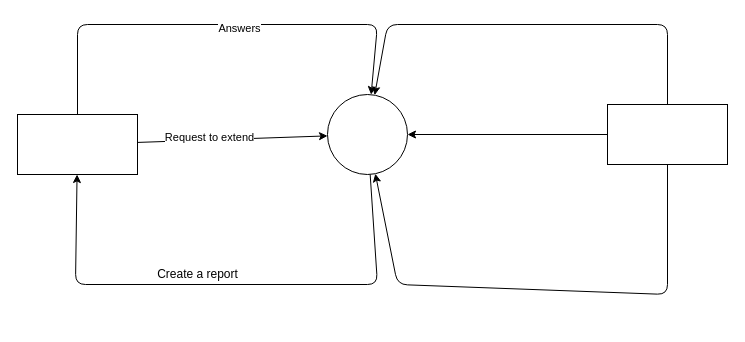
Before: Untitled Diagram.drawio in KarandeepSinghCoder/activity, a draw.io diagram. Source tidied: cells renumbered, new cells numbered last; positions are measured from the earlier drawing's top-left corner, leaving out a move shared by most shapes. Both pictures are drawn from the tidied source at 100%, with x=0, y=0 at pixel (17, 24).
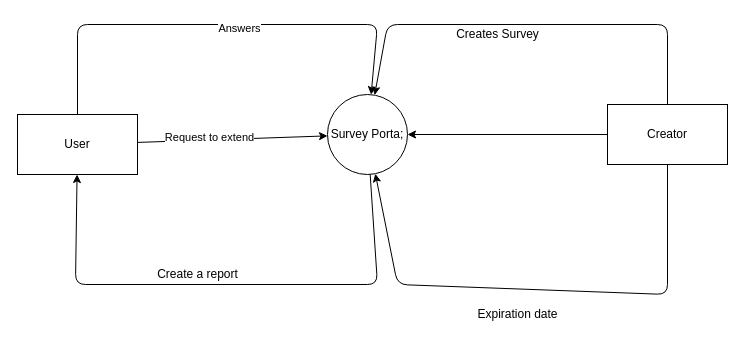
The same diagram, later.

What changed in the source:
```diff
@@
-    <mxCell id="2" style="rounded=0;whiteSpace=wrap;html=1;" parent="1" vertex="1">
+    <mxCell id="2" value="User" style="rounded=0;whiteSpace=wrap;html=1;" parent="1" vertex="1">
       <mxGeometry y="90" width="120" height="60" as="geometry" />
     </mxCell>
-    <mxCell id="3" style="ellipse;whiteSpace=wrap;html=1;" parent="1" vertex="1">
+    <mxCell id="3" value="Survey Porta;" style="ellipse;whiteSpace=wrap;html=1;" parent="1" vertex="1">
       <mxGeometry x="310" y="70" width="80" height="80" as="geometry" />
     </mxCell>
-    <mxCell id="4" style="rounded=0;whiteSpace=wrap;html=1;" parent="1" vertex="1">
+    <mxCell id="4" value="Creator" style="rounded=0;whiteSpace=wrap;html=1;" parent="1" vertex="1">
       <mxGeometry x="590" y="80" width="120" height="60" as="geometry" />
     </mxCell>
@@
+    <mxCell id="14" value="Creates Survey" style="text;html=1;align=center;verticalAlign=middle;strokeColor=none;" parent="1" vertex="1">
+      <mxGeometry x="430" width="100" height="20" as="geometry" />
+    </mxCell>
+    <mxCell id="15" value="Expiration date" style="text;html=1;align=center;verticalAlign=middle;strokeColor=none;" parent="1" vertex="1">
+      <mxGeometry x="450" y="280" width="100" height="20" as="geometry" />
+    </mxCell>
```
